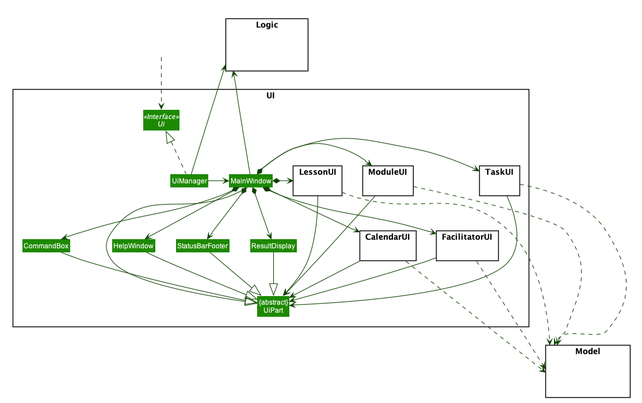
Above: docs/images/UiClassDiagram.png in zixinn/main (PlantUML), before the change.
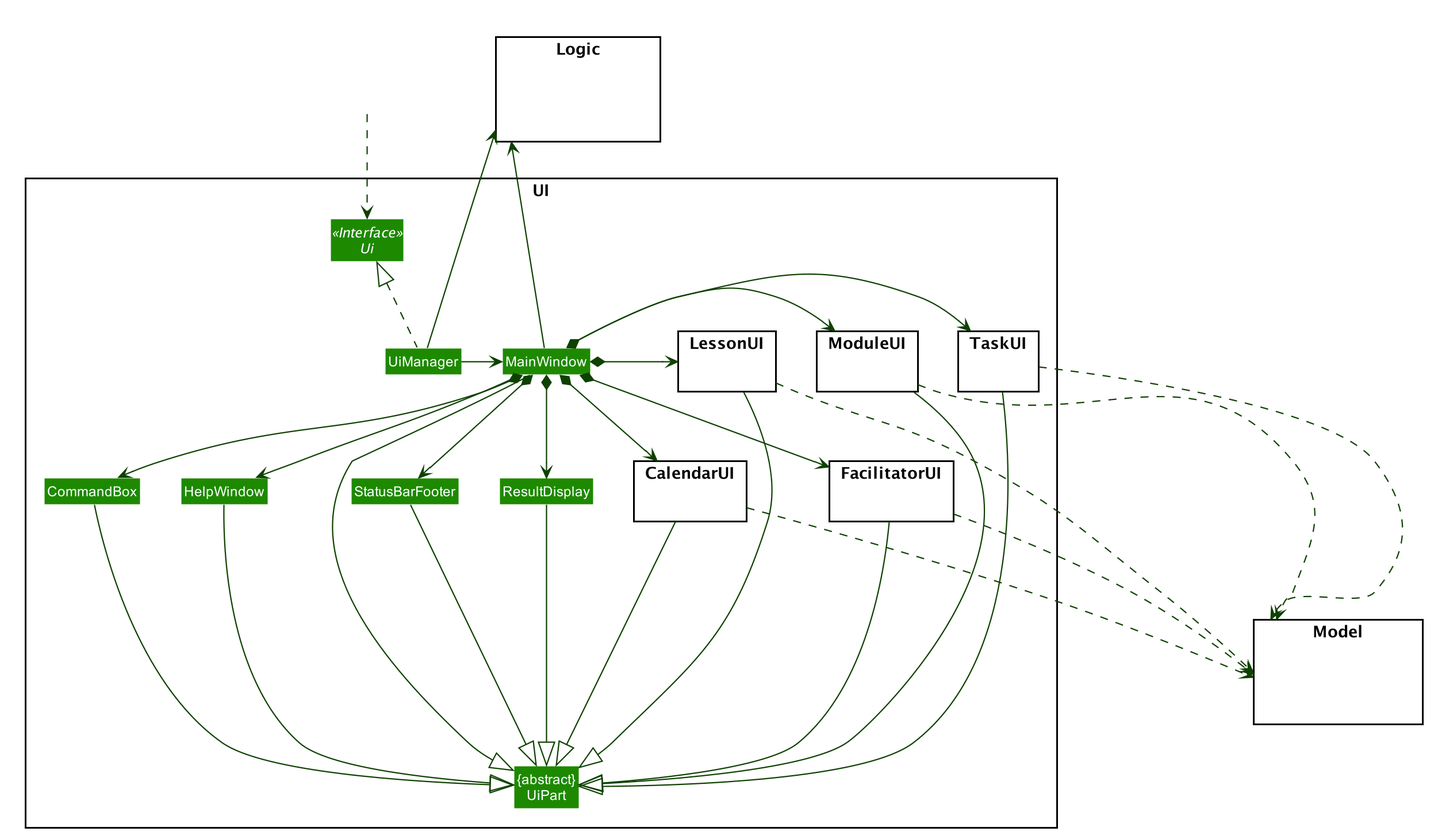
The same diagram one commit later.

Diff of the diagram source:
```diff
@@ -94,15 +94,15 @@
 
 MainWindow -left-|> UiPart
 
-ResultDisplay --|> UiPart
-CommandBox --|> UiPart
-StatusBarFooter --|> UiPart
-HelpWindow -down-|> UiPart
-CalendarUI --> UiPart
-FacilitatorUI --> UiPart
-LessonUI --> UiPart
-ModuleUI --> UiPart
-TaskUI --> UiPart
+ResultDisplay -down--|> UiPart
+CommandBox -down--|> UiPart
+StatusBarFooter -down--|> UiPart
+HelpWindow -down---|> UiPart
+CalendarUI -down---|> UiPart
+FacilitatorUI -down---|> UiPart
+LessonUI -down---|> UiPart
+ModuleUI -down---|> UiPart
+TaskUI -down---|> UiPart
 
 UiManager --up-> Logic
 MainWindow --up-> Logic
```
